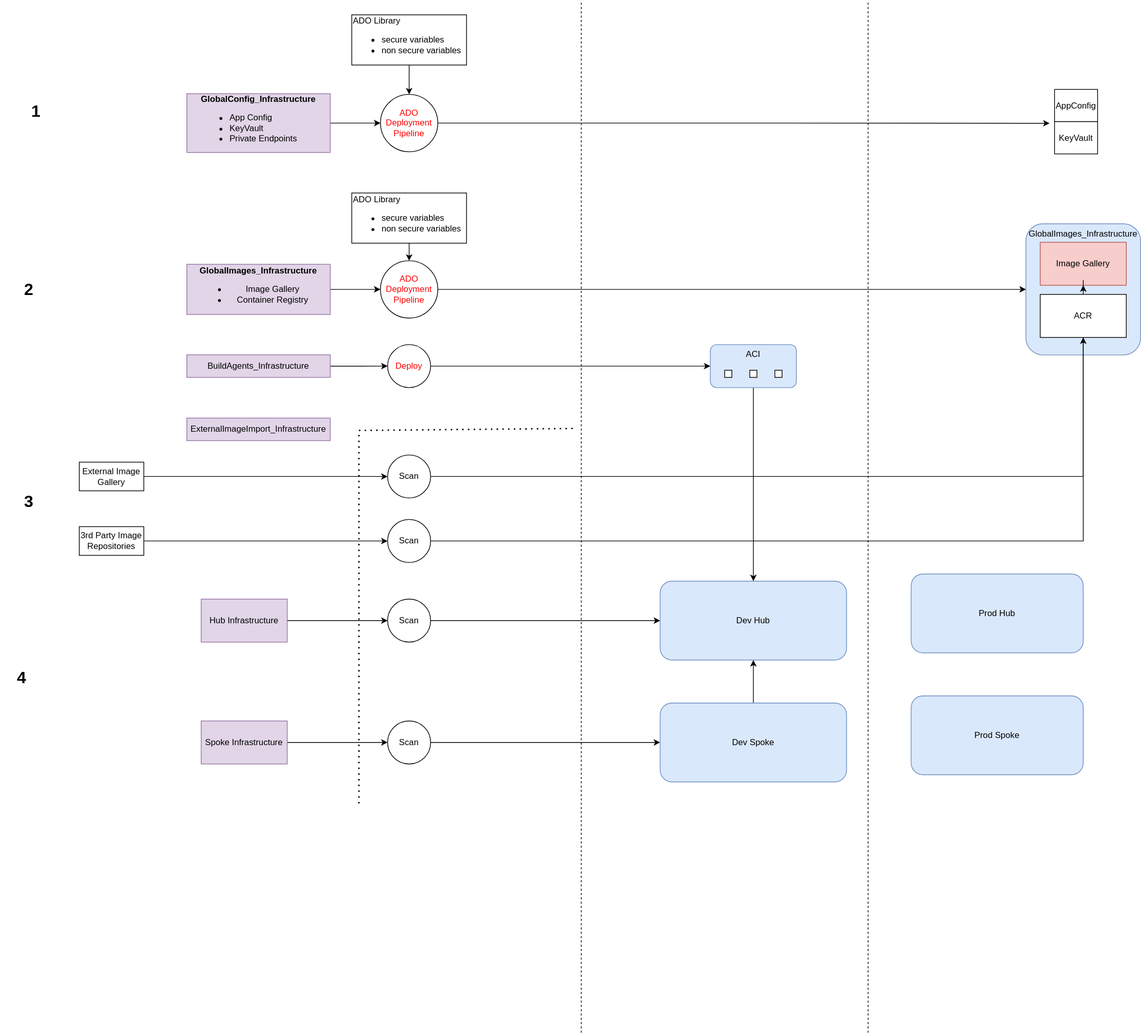
vjavle/invoicecloud keeps this draw.io diagram as infra/SecureInfrastructureRepoPipelines.svg. Above is the earlier version. Source tidied: cells renumbered, new cells last; positions are measured from the earlier drawing's top-left corner, leaving out a move shared by most shapes.
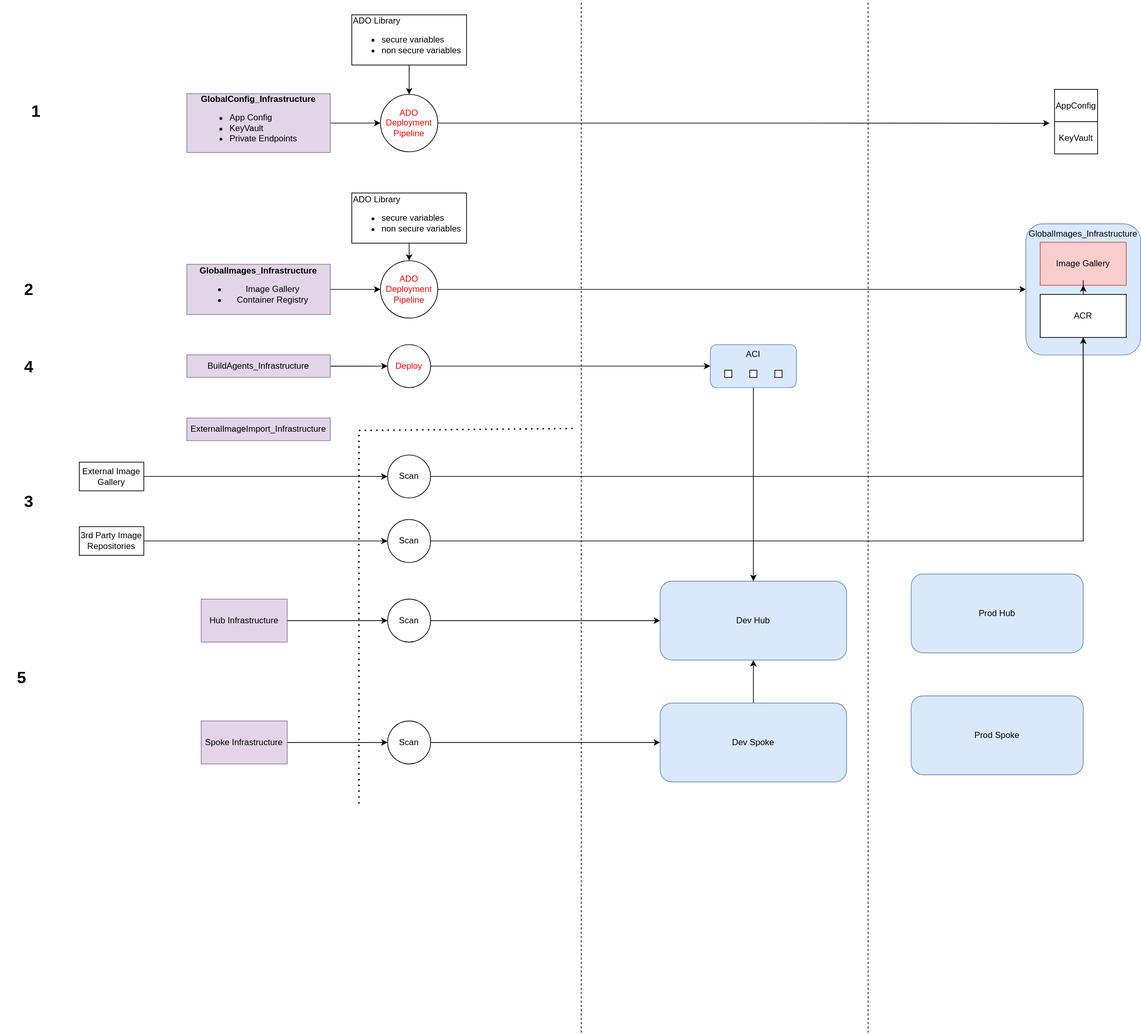
The same diagram one commit later.

The edit, as a diff of the source:
```diff
@@ -164,7 +164,7 @@
     <mxCell id="52" value="3" style="text;html=1;strokeColor=none;fillColor=none;align=center;verticalAlign=middle;whiteSpace=wrap;rounded=0;fontColor=#000000;fontSize=23;fontStyle=1;" parent="1" vertex="1">
       <mxGeometry x="10" y="684" width="60" height="30" as="geometry" />
     </mxCell>
-    <mxCell id="53" value="4" style="text;html=1;strokeColor=none;fillColor=none;align=center;verticalAlign=middle;whiteSpace=wrap;rounded=0;fontColor=#000000;fontSize=23;fontStyle=1;" parent="1" vertex="1">
+    <mxCell id="53" value="5" style="text;html=1;strokeColor=none;fillColor=none;align=center;verticalAlign=middle;whiteSpace=wrap;rounded=0;fontColor=#000000;fontSize=23;fontStyle=1;" parent="1" vertex="1">
       <mxGeometry y="930" width="60" height="30" as="geometry" />
     </mxCell>
     <mxCell id="54" style="edgeStyle=orthogonalEdgeStyle;rounded=0;jettySize=auto;html=1;" parent="1" edge="1" source="55" target="19">
@@ -191,5 +191,8 @@
     <mxCell id="60" style="edgeStyle=orthogonalEdgeStyle;rounded=0;jettySize=auto;html=1;endArrow=none;" parent="1" edge="1" source="13" target="59">
       <mxGeometry relative="1" as="geometry" />
     </mxCell>
+    <mxCell id="61" value="4" style="text;html=1;strokeColor=none;fillColor=none;align=center;verticalAlign=middle;whiteSpace=wrap;rounded=0;fontColor=#000000;fontSize=23;fontStyle=1;" parent="1" vertex="1">
+      <mxGeometry x="10" y="495.8" width="60" height="30" as="geometry" />
+    </mxCell>
   </root>
 </mxGraphModel>
```
